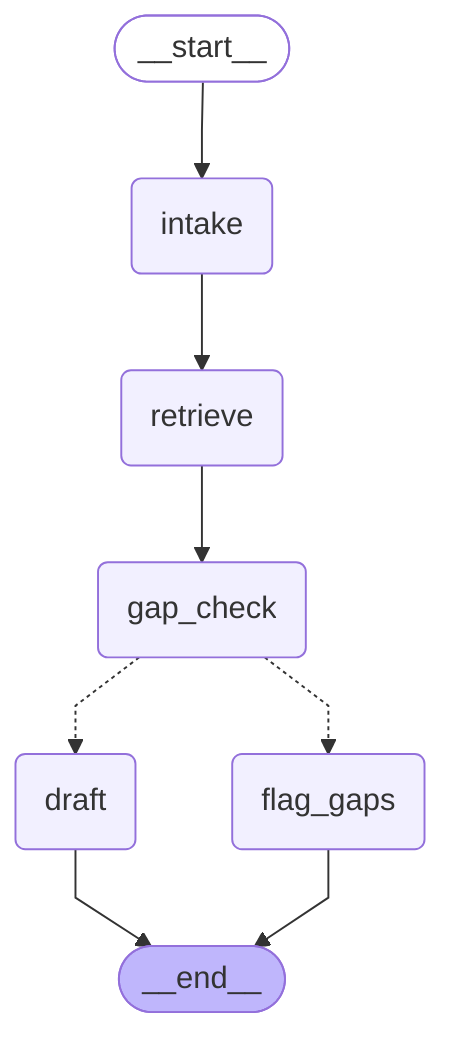
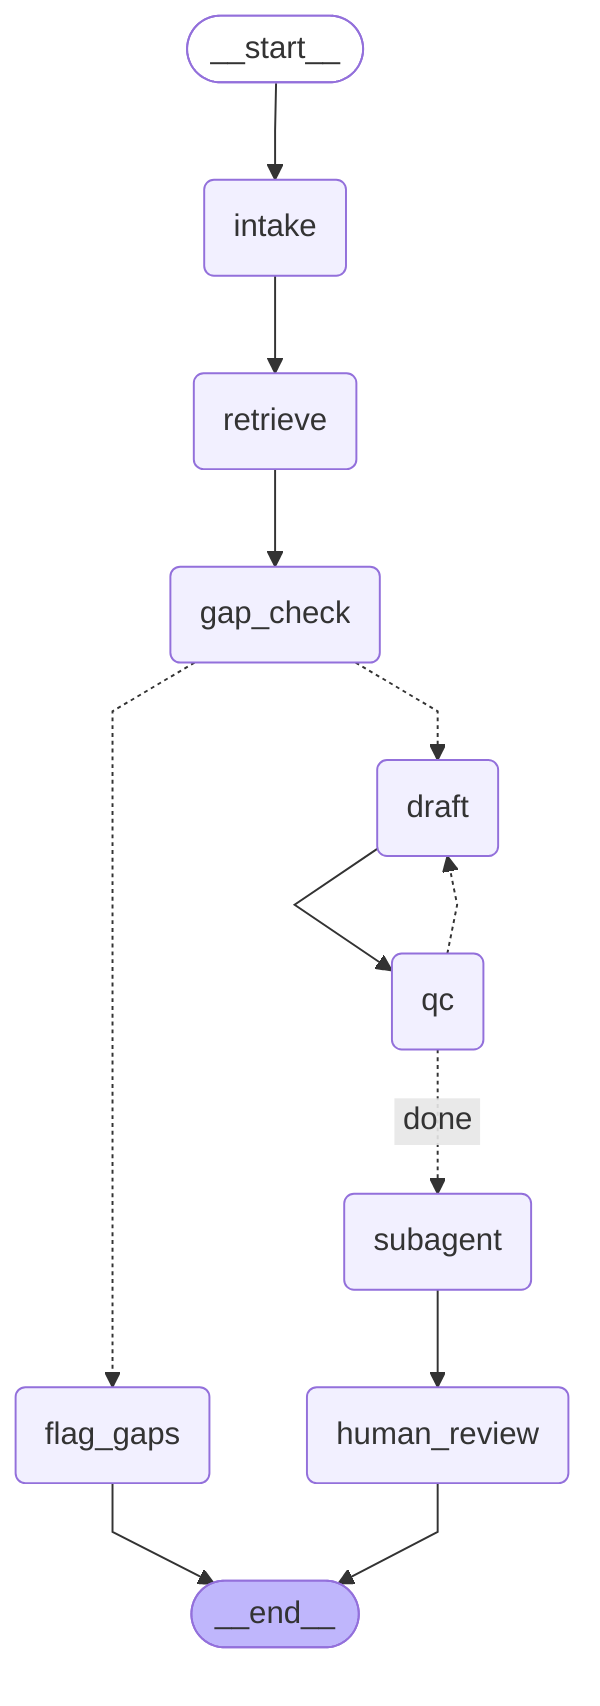
---
config:
  flowchart:
    curve: linear
---
graph TD;
	__start__([<p>__start__</p>]):::first
	intake(intake)
	retrieve(retrieve)
	gap_check(gap_check)
	draft(draft)
	flag_gaps(flag_gaps)
+ 	qc(qc)
+ 	subagent(subagent)
+ 	human_review(human_review)
	__end__([<p>__end__</p>]):::last
	__start__ --> intake;
+ 	draft --> qc;
	gap_check -.-> draft;
	gap_check -.-> flag_gaps;
	intake --> retrieve;
+ 	qc -.-> draft;
+ 	qc -. &nbsp;done&nbsp; .-> subagent;
	retrieve --> gap_check;
- 	draft --> __end__;
+ 	subagent --> human_review;
	flag_gaps --> __end__;
+ 	human_review --> __end__;
	classDef default fill:#f2f0ff,line-height:1.2
	classDef first fill-opacity:0
	classDef last fill:#bfb6fc
